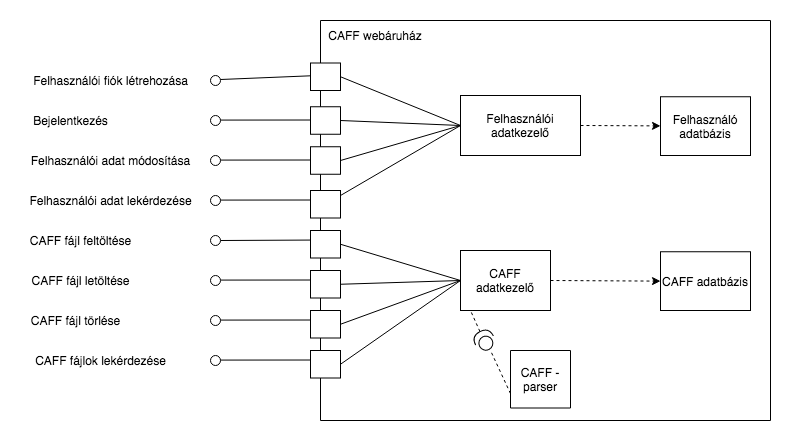
The draw.io diagram images/Component Diagram.png in mmarci19/VIHIMA06-hf, before a commit. Source tidied: cells renumbered, new cells last; positions are measured from the earlier drawing's top-left corner, leaving out a move shared by most shapes.
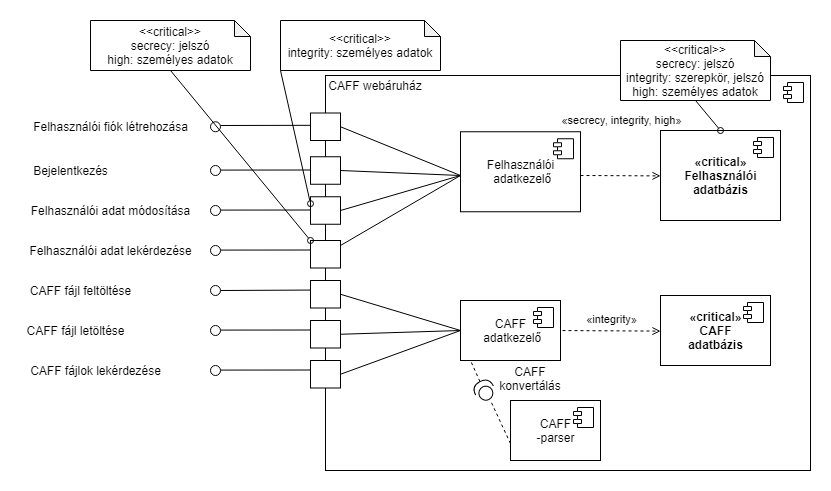
After the change.

Commit message:
update component diagram

What changed in the source:
```diff
@@ -2,14 +2,19 @@
   <root>
     <mxCell id="0" />
     <mxCell id="1" parent="0" />
-    <mxCell id="2" style="verticalLabelPosition=bottom;verticalAlign=top;html=1;shape=mxgraph.basic.rect;fillColor2=none;strokeWidth=1;size=20;indent=5;" parent="1" vertex="1">
-      <mxGeometry x="300" width="450" height="400" as="geometry" />
-    </mxCell>
+    <mxCell id="54" style="html=1;" parent="1" vertex="1">
+      <mxGeometry x="305" y="5" width="485" height="395" as="geometry" />
+    </mxCell>
+    <mxCell id="55" style="shape=module;jettyWidth=8;jettyHeight=4;" parent="54" vertex="1">
+      <mxGeometry x="1" width="20" height="20" relative="1" as="geometry">
+        <mxPoint x="-27" y="7" as="offset" />
+      </mxGeometry>
+    </mxCell>
     <mxCell id="3" value="CAFF webáruház" style="text;html=1;strokeColor=none;fillColor=none;align=center;verticalAlign=middle;whiteSpace=wrap;rounded=0;" parent="1" vertex="1">
       <mxGeometry x="300" width="110" height="30" as="geometry" />
     </mxCell>
     <mxCell id="4" value="Felhasználói fiók létrehozása" style="text;html=1;align=center;verticalAlign=middle;strokeColor=none;fillColor=none;" parent="1" vertex="1">
-      <mxGeometry x="5" y="50" width="170" height="20" as="geometry" />
+      <mxGeometry x="5" y="46.2" width="170" height="20" as="geometry" />
     </mxCell>
     <mxCell id="5" value="Bejelentkezés&lt;br&gt;" style="text;html=1;align=center;verticalAlign=middle;strokeColor=none;fillColor=none;" parent="1" vertex="1">
       <mxGeometry x="5" y="90" width="90" height="20" as="geometry" />
@@ -24,63 +29,55 @@
       <mxGeometry y="210" width="120" height="20" as="geometry" />
     </mxCell>
     <mxCell id="9" value="CAFF fájl letöltése" style="text;html=1;align=center;verticalAlign=middle;strokeColor=none;fillColor=none;" parent="1" vertex="1">
-      <mxGeometry x="5" y="250" width="110" height="20" as="geometry" />
+      <mxGeometry y="250" width="110" height="20" as="geometry" />
     </mxCell>
-    <mxCell id="10" value="CAFF fájl törlése" style="text;html=1;align=center;verticalAlign=middle;strokeColor=none;fillColor=none;" parent="1" vertex="1">
-      <mxGeometry x="5" y="290" width="100" height="20" as="geometry" />
-    </mxCell>
     <mxCell id="11" value="CAFF fájlok lekérdezése&lt;br&gt;" style="text;html=1;align=center;verticalAlign=middle;strokeColor=none;fillColor=none;" parent="1" vertex="1">
-      <mxGeometry x="5" y="330" width="150" height="20" as="geometry" />
+      <mxGeometry y="290" width="150" height="20" as="geometry" />
     </mxCell>
-    <mxCell id="12" style="endArrow=none;html=1;rounded=0;entryX=0.005;entryY=0.137;entryDx=0;entryDy=0;entryPerimeter=0;" parent="1" edge="1" target="2">
-      <mxGeometry relative="1" as="geometry">
-        <mxPoint x="200" y="59" as="sourcePoint" />
-      </mxGeometry>
-    </mxCell>
-    <mxCell id="13" style="endArrow=none;html=1;rounded=0;entryX=0.005;entryY=0.137;entryDx=0;entryDy=0;entryPerimeter=0;" parent="1" edge="1">
-      <mxGeometry relative="1" as="geometry">
-        <mxPoint x="197.8" y="99.6" as="sourcePoint" />
-        <mxPoint x="300" y="99.5" as="targetPoint" />
-      </mxGeometry>
-    </mxCell>
-    <mxCell id="14" style="endArrow=none;html=1;rounded=0;entryX=0.005;entryY=0.137;entryDx=0;entryDy=0;entryPerimeter=0;" parent="1" edge="1">
-      <mxGeometry relative="1" as="geometry">
-        <mxPoint x="197.8" y="139.6" as="sourcePoint" />
-        <mxPoint x="300" y="139.5" as="targetPoint" />
-      </mxGeometry>
-    </mxCell>
-    <mxCell id="15" style="endArrow=none;html=1;rounded=0;entryX=0.005;entryY=0.137;entryDx=0;entryDy=0;entryPerimeter=0;" parent="1" edge="1">
-      <mxGeometry relative="1" as="geometry">
-        <mxPoint x="197.8" y="179.6" as="sourcePoint" />
-        <mxPoint x="300" y="179.5" as="targetPoint" />
-      </mxGeometry>
-    </mxCell>
-    <mxCell id="16" style="endArrow=none;html=1;rounded=0;entryX=0.005;entryY=0.137;entryDx=0;entryDy=0;entryPerimeter=0;startArrow=none;" parent="1" edge="1" source="24">
-      <mxGeometry relative="1" as="geometry">
-        <mxPoint x="302.2" y="219.5" as="targetPoint" />
-      </mxGeometry>
-    </mxCell>
-    <mxCell id="17" style="endArrow=none;html=1;rounded=0;entryX=0.005;entryY=0.137;entryDx=0;entryDy=0;entryPerimeter=0;" parent="1" edge="1">
-      <mxGeometry relative="1" as="geometry">
-        <mxPoint x="200" y="259.6" as="sourcePoint" />
-        <mxPoint x="302.2" y="259.5" as="targetPoint" />
-      </mxGeometry>
-    </mxCell>
-    <mxCell id="18" style="endArrow=none;html=1;rounded=0;entryX=0.005;entryY=0.137;entryDx=0;entryDy=0;entryPerimeter=0;" parent="1" edge="1">
-      <mxGeometry relative="1" as="geometry">
-        <mxPoint x="197.8" y="299.6" as="sourcePoint" />
-        <mxPoint x="300" y="299.5" as="targetPoint" />
-      </mxGeometry>
-    </mxCell>
-    <mxCell id="19" style="endArrow=none;html=1;rounded=0;entryX=0.005;entryY=0.137;entryDx=0;entryDy=0;entryPerimeter=0;" parent="1" edge="1">
-      <mxGeometry relative="1" as="geometry">
-        <mxPoint x="197.8" y="339.6" as="sourcePoint" />
-        <mxPoint x="300" y="339.5" as="targetPoint" />
-      </mxGeometry>
-    </mxCell>
-    <mxCell id="20" style="ellipse;whiteSpace=wrap;html=1;" parent="1" vertex="1">
-      <mxGeometry x="190" y="55" width="10" height="10" as="geometry" />
-    </mxCell>
+    <mxCell id="56" style="endArrow=none;html=1;rounded=0;entryX=0.005;entryY=0.137;entryDx=0;entryDy=0;entryPerimeter=0;" parent="1" edge="1">
+      <mxGeometry relative="1" as="geometry">
+        <mxPoint x="200" y="55" as="sourcePoint" />
+        <mxPoint x="302.2" y="54.8" as="targetPoint" />
+      </mxGeometry>
+    </mxCell>
+    <mxCell id="57" style="endArrow=none;html=1;rounded=0;entryX=0.005;entryY=0.137;entryDx=0;entryDy=0;entryPerimeter=0;" parent="1" edge="1">
+      <mxGeometry relative="1" as="geometry">
+        <mxPoint x="197.8" y="99.6" as="sourcePoint" />
+        <mxPoint x="300" y="99.5" as="targetPoint" />
+      </mxGeometry>
+    </mxCell>
+    <mxCell id="58" style="endArrow=none;html=1;rounded=0;entryX=0.005;entryY=0.137;entryDx=0;entryDy=0;entryPerimeter=0;" parent="1" edge="1">
+      <mxGeometry relative="1" as="geometry">
+        <mxPoint x="197.8" y="139.6" as="sourcePoint" />
+        <mxPoint x="300" y="139.5" as="targetPoint" />
+      </mxGeometry>
+    </mxCell>
+    <mxCell id="59" style="endArrow=none;html=1;rounded=0;entryX=0.005;entryY=0.137;entryDx=0;entryDy=0;entryPerimeter=0;" parent="1" edge="1">
+      <mxGeometry relative="1" as="geometry">
+        <mxPoint x="197.8" y="179.6" as="sourcePoint" />
+        <mxPoint x="300" y="179.5" as="targetPoint" />
+      </mxGeometry>
+    </mxCell>
+    <mxCell id="60" style="endArrow=none;html=1;rounded=0;entryX=0.005;entryY=0.137;entryDx=0;entryDy=0;entryPerimeter=0;startArrow=none;" parent="1" edge="1" source="24">
+      <mxGeometry relative="1" as="geometry">
+        <mxPoint x="302.2" y="219.5" as="targetPoint" />
+      </mxGeometry>
+    </mxCell>
+    <mxCell id="61" style="endArrow=none;html=1;rounded=0;entryX=0.005;entryY=0.137;entryDx=0;entryDy=0;entryPerimeter=0;" parent="1" edge="1">
+      <mxGeometry relative="1" as="geometry">
+        <mxPoint x="200" y="259.6" as="sourcePoint" />
+        <mxPoint x="302.2" y="259.5" as="targetPoint" />
+      </mxGeometry>
+    </mxCell>
+    <mxCell id="62" style="endArrow=none;html=1;rounded=0;entryX=0.005;entryY=0.137;entryDx=0;entryDy=0;entryPerimeter=0;" parent="1" edge="1">
+      <mxGeometry relative="1" as="geometry">
+        <mxPoint x="197.8" y="299.6" as="sourcePoint" />
+        <mxPoint x="300" y="299.5" as="targetPoint" />
+      </mxGeometry>
+    </mxCell>
+    <mxCell id="63" style="ellipse;whiteSpace=wrap;html=1;" parent="1" vertex="1">
+      <mxGeometry x="190" y="51.2" width="10" height="10" as="geometry" />
+    </mxCell>
     <mxCell id="21" style="ellipse;whiteSpace=wrap;html=1;" parent="1" vertex="1">
       <mxGeometry x="190" y="95" width="10" height="10" as="geometry" />
     </mxCell>
@@ -99,9 +96,6 @@
     <mxCell id="26" style="ellipse;whiteSpace=wrap;html=1;" parent="1" vertex="1">
       <mxGeometry x="190" y="295" width="10" height="10" as="geometry" />
     </mxCell>
-    <mxCell id="27" style="ellipse;whiteSpace=wrap;html=1;" parent="1" vertex="1">
-      <mxGeometry x="190" y="335" width="10" height="10" as="geometry" />
-    </mxCell>
     <mxCell id="28" style="rounded=0;whiteSpace=wrap;html=1;" parent="1" vertex="1">
       <mxGeometry x="290" y="42.5" width="30" height="27.5" as="geometry" />
     </mxCell>
@@ -123,72 +117,137 @@
     <mxCell id="34" style="rounded=0;whiteSpace=wrap;html=1;" parent="1" vertex="1">
       <mxGeometry x="290" y="290" width="30" height="27.5" as="geometry" />
     </mxCell>
-    <mxCell id="35" style="rounded=0;whiteSpace=wrap;html=1;" parent="1" vertex="1">
-      <mxGeometry x="290" y="330" width="30" height="27.5" as="geometry" />
-    </mxCell>
+    <mxCell id="64" style="endArrow=none;html=1;rounded=0;exitX=1;exitY=0.5;exitDx=0;exitDy=0;entryX=0;entryY=0.5;entryDx=0;entryDy=0;" parent="1" edge="1" source="28">
+      <mxGeometry relative="1" as="geometry">
+        <mxPoint x="440" y="105" as="targetPoint" />
+      </mxGeometry>
+    </mxCell>
+    <mxCell id="65" style="endArrow=none;html=1;rounded=0;exitX=1;exitY=0.5;exitDx=0;exitDy=0;entryX=0;entryY=0.5;entryDx=0;entryDy=0;" parent="1" edge="1" source="29">
+      <mxGeometry relative="1" as="geometry">
+        <mxPoint x="440" y="105" as="targetPoint" />
+      </mxGeometry>
+    </mxCell>
+    <mxCell id="66" style="endArrow=none;html=1;rounded=0;exitX=1;exitY=0.5;exitDx=0;exitDy=0;entryX=0;entryY=0.5;entryDx=0;entryDy=0;" parent="1" edge="1" source="30">
+      <mxGeometry relative="1" as="geometry">
+        <mxPoint x="440" y="105" as="targetPoint" />
+      </mxGeometry>
+    </mxCell>
+    <mxCell id="67" style="endArrow=none;html=1;rounded=0;entryX=0;entryY=0.5;entryDx=0;entryDy=0;" parent="1" edge="1" source="31">
+      <mxGeometry relative="1" as="geometry">
+        <mxPoint x="440" y="105" as="targetPoint" />
+      </mxGeometry>
+    </mxCell>
+    <mxCell id="68" style="endArrow=none;html=1;rounded=0;exitX=1;exitY=0.5;exitDx=0;exitDy=0;entryX=0;entryY=0.5;entryDx=0;entryDy=0;" parent="1" edge="1" source="32">
+      <mxGeometry relative="1" as="geometry">
+        <mxPoint x="440" y="260" as="targetPoint" />
+      </mxGeometry>
+    </mxCell>
+    <mxCell id="69" style="endArrow=none;html=1;rounded=0;exitX=1;exitY=0.5;exitDx=0;exitDy=0;" parent="1" edge="1" source="33">
+      <mxGeometry relative="1" as="geometry">
+        <mxPoint x="440" y="260" as="targetPoint" />
+      </mxGeometry>
+    </mxCell>
+    <mxCell id="70" style="endArrow=none;html=1;rounded=0;exitX=1;exitY=0.5;exitDx=0;exitDy=0;" parent="1" edge="1" source="34">
+      <mxGeometry relative="1" as="geometry">
+        <mxPoint x="440" y="260" as="targetPoint" />
+      </mxGeometry>
+    </mxCell>
+    <mxCell id="71" style="endArrow=open;html=1;rounded=0;exitX=1;exitY=0.5;exitDx=0;exitDy=0;dashed=1;endFill=0;" parent="1" edge="1">
+      <mxGeometry relative="1" as="geometry">
+        <mxPoint x="560" y="105" as="sourcePoint" />
+        <mxPoint x="640" y="105.4" as="targetPoint" />
+      </mxGeometry>
+    </mxCell>
+    <mxCell id="72" style="endArrow=open;html=1;rounded=0;dashed=1;exitX=1;exitY=0.5;exitDx=0;exitDy=0;entryX=0;entryY=0.5;entryDx=0;entryDy=0;endFill=0;" parent="1" edge="1">
+      <mxGeometry relative="1" as="geometry">
+        <mxPoint x="530" y="260" as="sourcePoint" />
+        <mxPoint x="640" y="260.6" as="targetPoint" />
+      </mxGeometry>
+    </mxCell>
+    <mxCell id="51" style="shape=providedRequiredInterface;html=1;verticalLabelPosition=bottom;sketch=0;rotation=-117;" parent="1" vertex="1">
+      <mxGeometry x="454" y="310" width="20" height="20" as="geometry" />
+    </mxCell>
+    <mxCell id="73" style="endArrow=none;html=1;rounded=0;dashed=1;exitX=1;exitY=0.5;exitDx=0;exitDy=0;exitPerimeter=0;" parent="1" edge="1" source="51">
+      <mxGeometry relative="1" as="geometry">
+        <mxPoint x="450" y="290" as="targetPoint" />
+      </mxGeometry>
+    </mxCell>
+    <mxCell id="74" style="endArrow=none;html=1;rounded=0;dashed=1;exitX=0.75;exitY=1;exitDx=0;exitDy=0;" parent="1" edge="1">
+      <mxGeometry relative="1" as="geometry">
+        <mxPoint x="490" y="373.1" as="sourcePoint" />
+        <mxPoint x="470" y="330" as="targetPoint" />
+      </mxGeometry>
+    </mxCell>
+    <mxCell id="75" value="CAFF konvertálás" style="text;html=1;strokeColor=none;fillColor=none;align=center;verticalAlign=middle;whiteSpace=wrap;rounded=0;" parent="1" vertex="1">
+      <mxGeometry x="480" y="297.5" width="60" height="20" as="geometry" />
+    </mxCell>
+    <mxCell id="76" value="«secrecy, integrity, high»" style="edgeLabel;html=1;align=center;verticalAlign=middle;" parent="1" vertex="1">
+      <mxGeometry x="600" y="51.3" as="geometry">
+        <mxPoint x="1" y="-2" as="offset" />
+      </mxGeometry>
+    </mxCell>
+    <mxCell id="77" value="CAFF&lt;br&gt;-parser" style="html=1;labelPosition=center;verticalLabelPosition=middle;align=center;verticalAlign=middle;" parent="1" vertex="1">
+      <mxGeometry x="490" y="330" width="90" height="60" as="geometry" />
+    </mxCell>
+    <mxCell id="78" style="shape=module;jettyWidth=8;jettyHeight=4;" parent="77" vertex="1">
+      <mxGeometry x="1" width="20" height="20" relative="1" as="geometry">
+        <mxPoint x="-27" y="7" as="offset" />
+      </mxGeometry>
+    </mxCell>
+    <mxCell id="79" value="&lt;b&gt;«critical»&lt;br&gt;CAFF&lt;br&gt;adatbázis&lt;/b&gt;" style="html=1;labelPosition=center;verticalLabelPosition=middle;align=center;verticalAlign=middle;" parent="1" vertex="1">
+      <mxGeometry x="640" y="225" width="110" height="70" as="geometry" />
+    </mxCell>
+    <mxCell id="80" style="shape=module;jettyWidth=8;jettyHeight=4;" parent="79" vertex="1">
+      <mxGeometry x="1" width="20" height="20" relative="1" as="geometry">
+        <mxPoint x="-27" y="7" as="offset" />
+      </mxGeometry>
+    </mxCell>
+    <mxCell id="81" value="&lt;b&gt;«critical»&lt;br&gt;Felhasználói&lt;br&gt;adatbázis&lt;/b&gt;" style="html=1;labelPosition=center;verticalLabelPosition=middle;align=center;verticalAlign=middle;" parent="1" vertex="1">
+      <mxGeometry x="640" y="60" width="120" height="90" as="geometry" />
+    </mxCell>
+    <mxCell id="82" style="shape=module;jettyWidth=8;jettyHeight=4;" parent="81" vertex="1">
+      <mxGeometry x="1" width="20" height="20" relative="1" as="geometry">
+        <mxPoint x="-27" y="7" as="offset" />
+      </mxGeometry>
+    </mxCell>
-    <mxCell id="36" value="Felhasználói adatkezelő" style="rounded=0;whiteSpace=wrap;html=1;" parent="1" vertex="1">
-      <mxGeometry x="440" y="75" width="120" height="60" as="geometry" />
+    <mxCell id="36" value="&lt;span&gt;Felhasználói&lt;br&gt;&amp;nbsp;adatkezelő&lt;/span&gt;" style="html=1;labelPosition=center;verticalLabelPosition=middle;align=center;verticalAlign=middle;" parent="1" vertex="1">
+      <mxGeometry x="440" y="61.2" width="120" height="80" as="geometry" />
     </mxCell>
-    <mxCell id="37" style="endArrow=none;html=1;rounded=0;exitX=1;exitY=0.5;exitDx=0;exitDy=0;entryX=0;entryY=0.5;entryDx=0;entryDy=0;" parent="1" edge="1" source="28" target="36">
-      <mxGeometry relative="1" as="geometry" />
-    </mxCell>
-    <mxCell id="38" style="endArrow=none;html=1;rounded=0;exitX=1;exitY=0.5;exitDx=0;exitDy=0;entryX=0;entryY=0.5;entryDx=0;entryDy=0;" parent="1" edge="1" source="29" target="36">
-      <mxGeometry relative="1" as="geometry" />
-    </mxCell>
-    <mxCell id="39" style="endArrow=none;html=1;rounded=0;exitX=1;exitY=0.5;exitDx=0;exitDy=0;entryX=0;entryY=0.5;entryDx=0;entryDy=0;" parent="1" edge="1" source="30" target="36">
-      <mxGeometry relative="1" as="geometry" />
-    </mxCell>
-    <mxCell id="40" style="endArrow=none;html=1;rounded=0;entryX=0;entryY=0.5;entryDx=0;entryDy=0;" parent="1" edge="1" source="31" target="36">
-      <mxGeometry relative="1" as="geometry" />
-    </mxCell>
+    <mxCell id="83" style="shape=module;jettyWidth=8;jettyHeight=4;" parent="36" vertex="1">
+      <mxGeometry x="1" width="20" height="20" relative="1" as="geometry">
+        <mxPoint x="-27" y="7" as="offset" />
+      </mxGeometry>
+    </mxCell>
-    <mxCell id="41" value="CAFF adatkezelő" style="rounded=0;whiteSpace=wrap;html=1;" parent="1" vertex="1">
-      <mxGeometry x="440" y="230" width="90" height="60" as="geometry" />
+    <mxCell id="41" value="&lt;span&gt;CAFF&lt;br&gt;&amp;nbsp;adatkezelő&lt;/span&gt;" style="html=1;labelPosition=center;verticalLabelPosition=middle;align=center;verticalAlign=middle;" parent="1" vertex="1">
+      <mxGeometry x="440" y="230" width="100" height="60" as="geometry" />
     </mxCell>
-    <mxCell id="42" style="endArrow=none;html=1;rounded=0;exitX=1;exitY=0.5;exitDx=0;exitDy=0;entryX=0;entryY=0.5;entryDx=0;entryDy=0;" parent="1" edge="1" source="32" target="41">
-      <mxGeometry relative="1" as="geometry" />
-    </mxCell>
-    <mxCell id="43" style="endArrow=none;html=1;rounded=0;exitX=1;exitY=0.5;exitDx=0;exitDy=0;" parent="1" edge="1" source="33">
-      <mxGeometry relative="1" as="geometry">
-        <mxPoint x="440" y="260" as="targetPoint" />
-      </mxGeometry>
-    </mxCell>
-    <mxCell id="44" style="endArrow=none;html=1;rounded=0;exitX=1;exitY=0.5;exitDx=0;exitDy=0;" parent="1" edge="1" source="34">
-      <mxGeometry relative="1" as="geometry">
-        <mxPoint x="440" y="260" as="targetPoint" />
-      </mxGeometry>
-    </mxCell>
-    <mxCell id="45" style="endArrow=none;html=1;rounded=0;exitX=1;exitY=0.5;exitDx=0;exitDy=0;" parent="1" edge="1" source="35">
-      <mxGeometry relative="1" as="geometry">
-        <mxPoint x="440" y="260" as="targetPoint" />
-      </mxGeometry>
-    </mxCell>
-    <mxCell id="46" value="CAFF adatbázis" style="rounded=0;whiteSpace=wrap;html=1;" parent="1" vertex="1">
-      <mxGeometry x="640" y="231.2" width="90" height="58.8" as="geometry" />
-    </mxCell>
-    <mxCell id="47" value="Felhasználó adatbázis" style="rounded=0;whiteSpace=wrap;html=1;" parent="1" vertex="1">
-      <mxGeometry x="640" y="76.2" width="90" height="58.8" as="geometry" />
-    </mxCell>
-    <mxCell id="48" style="endArrow=classic;html=1;rounded=0;exitX=1;exitY=0.5;exitDx=0;exitDy=0;dashed=1;" parent="1" edge="1" source="36" target="47">
-      <mxGeometry relative="1" as="geometry" />
-    </mxCell>
-    <mxCell id="49" value="CAFF - parser" style="rounded=0;whiteSpace=wrap;html=1;direction=south;" parent="1" vertex="1">
-      <mxGeometry x="490" y="330" width="60" height="57.5" as="geometry" />
-    </mxCell>
-    <mxCell id="50" style="endArrow=classic;html=1;rounded=0;dashed=1;exitX=1;exitY=0.5;exitDx=0;exitDy=0;entryX=0;entryY=0.5;entryDx=0;entryDy=0;" parent="1" edge="1" source="41" target="46">
-      <mxGeometry relative="1" as="geometry" />
-    </mxCell>
-    <mxCell id="51" style="shape=providedRequiredInterface;html=1;verticalLabelPosition=bottom;sketch=0;rotation=-117;" parent="1" vertex="1">
-      <mxGeometry x="454" y="310" width="20" height="20" as="geometry" />
-    </mxCell>
-    <mxCell id="52" style="endArrow=none;html=1;rounded=0;dashed=1;exitX=1;exitY=0.5;exitDx=0;exitDy=0;exitPerimeter=0;" parent="1" edge="1" source="51">
-      <mxGeometry relative="1" as="geometry">
-        <mxPoint x="450" y="290" as="targetPoint" />
-      </mxGeometry>
-    </mxCell>
-    <mxCell id="53" style="endArrow=none;html=1;rounded=0;dashed=1;exitX=0.75;exitY=1;exitDx=0;exitDy=0;" parent="1" edge="1" source="49">
-      <mxGeometry relative="1" as="geometry">
-        <mxPoint x="470" y="330" as="targetPoint" />
-      </mxGeometry>
-    </mxCell>
+    <mxCell id="84" style="shape=module;jettyWidth=8;jettyHeight=4;" parent="41" vertex="1">
+      <mxGeometry x="1" width="20" height="20" relative="1" as="geometry">
+        <mxPoint x="-27" y="7" as="offset" />
+      </mxGeometry>
+    </mxCell>
+    <mxCell id="85" style="rounded=0;jettySize=auto;html=1;exitX=0.5;exitY=1;exitDx=0;exitDy=0;exitPerimeter=0;entryX=0.5;entryY=0;entryDx=0;entryDy=0;endArrow=oval;endFill=0;" parent="1" edge="1" source="86" target="81">
+      <mxGeometry relative="1" as="geometry" />
+    </mxCell>
+    <mxCell id="86" value="&amp;lt;&amp;lt;critical&amp;gt;&amp;gt;&lt;br&gt;secrecy: jelszó&lt;br&gt;integrity: szerepkör, jelszó&lt;br&gt;high: személyes adatok" style="shape=note;whiteSpace=wrap;html=1;backgroundOutline=1;darkOpacity=0.05;size=16;" parent="1" vertex="1">
+      <mxGeometry x="600" y="-30" width="150" height="60" as="geometry" />
+    </mxCell>
+    <mxCell id="87" value="«integrity»" style="edgeLabel;html=1;align=center;verticalAlign=middle;" parent="1" vertex="1">
+      <mxGeometry x="590" y="250" as="geometry">
+        <mxPoint x="1" y="-2" as="offset" />
+      </mxGeometry>
+    </mxCell>
+    <mxCell id="88" style="edgeStyle=none;rounded=0;jettySize=auto;html=1;exitX=0.5;exitY=1;exitDx=0;exitDy=0;exitPerimeter=0;entryX=0;entryY=0;entryDx=0;entryDy=0;endArrow=oval;endFill=0;" parent="1" edge="1" source="89" target="31">
+      <mxGeometry relative="1" as="geometry" />
+    </mxCell>
+    <mxCell id="89" value="&amp;lt;&amp;lt;critical&amp;gt;&amp;gt;&lt;br&gt;secrecy: jelszó&lt;br&gt;high: személyes adatok" style="shape=note;whiteSpace=wrap;html=1;backgroundOutline=1;darkOpacity=0.05;size=16;" parent="1" vertex="1">
+      <mxGeometry x="70" y="-50" width="160" height="50" as="geometry" />
+    </mxCell>
+    <mxCell id="90" style="edgeStyle=none;rounded=0;jettySize=auto;html=1;exitX=0;exitY=1;exitDx=0;exitDy=0;exitPerimeter=0;entryX=0;entryY=0.25;entryDx=0;entryDy=0;endArrow=oval;endFill=0;" parent="1" edge="1" source="91" target="30">
+      <mxGeometry relative="1" as="geometry" />
+    </mxCell>
+    <mxCell id="91" value="&amp;lt;&amp;lt;critical&amp;gt;&amp;gt;&lt;br&gt;integrity: személyes adatok" style="shape=note;whiteSpace=wrap;html=1;backgroundOutline=1;darkOpacity=0.05;size=16;" parent="1" vertex="1">
+      <mxGeometry x="260" y="-50" width="160" height="50" as="geometry" />
+    </mxCell>
   </root>
 </mxGraphModel>
```
